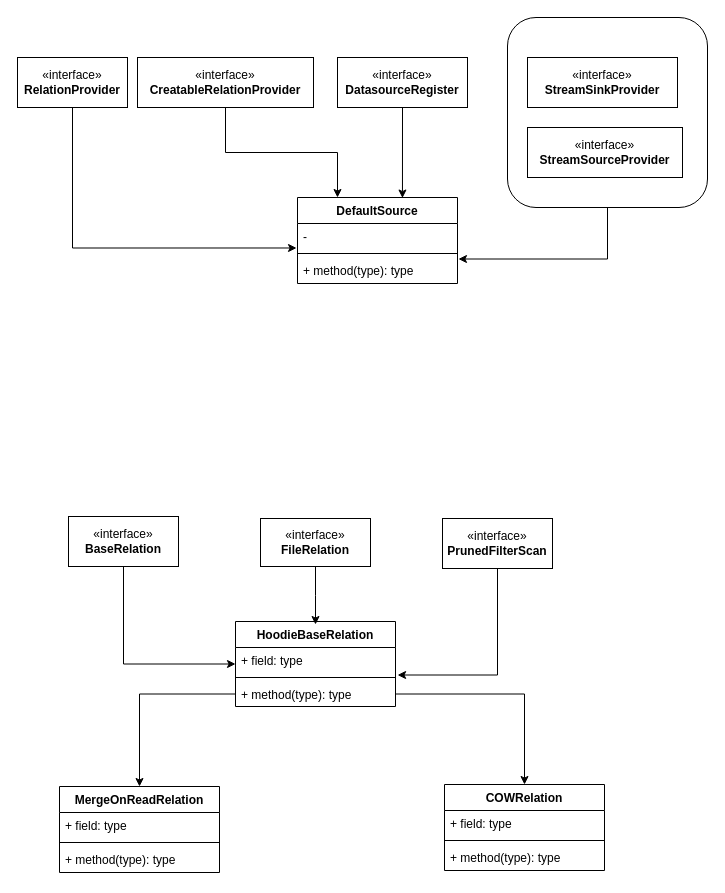
boneanxs/drawIo keeps this draw.io diagram as HUDI arch.drawio. Above is the earlier version. Source tidied: cells renumbered, new cells numbered last; positions are measured from the earlier drawing's top-left corner, leaving out a move shared by most shapes. Both pictures are drawn from the tidied source at 100%, with x=0, y=0 at pixel (17, 17).
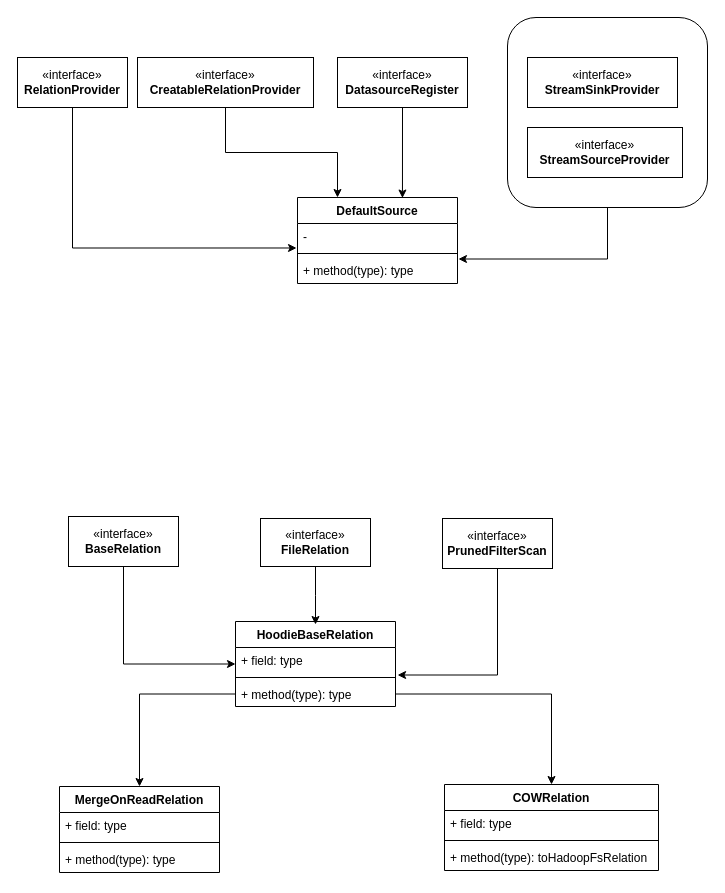
Above is the later version.

What changed in the source:
```diff
@@
     <mxCell id="30" value="COWRelation" style="swimlane;fontStyle=1;align=center;verticalAlign=top;horizontal=1;startSize=26;whiteSpace=wrap;html=1;" parent="1" vertex="1">
-      <mxGeometry x="427" y="767" width="160" height="86" as="geometry" />
+      <mxGeometry x="427" y="767" width="214" height="86" as="geometry" />
     </mxCell>
     <mxCell id="31" value="+ field: type" style="text;strokeColor=none;fillColor=none;align=left;verticalAlign=top;spacingLeft=4;spacingRight=4;overflow=hidden;whiteSpace=wrap;html=1;" parent="30" vertex="1">
-      <mxGeometry y="26" width="160" height="26" as="geometry" />
+      <mxGeometry y="26" width="214" height="26" as="geometry" />
     </mxCell>
     <mxCell id="32" style="line;strokeWidth=1;fillColor=none;align=left;verticalAlign=middle;spacingTop=-1;spacingLeft=3;spacingRight=3;labelPosition=right;strokeColor=inherit;" parent="30" vertex="1">
-      <mxGeometry y="52" width="160" height="8" as="geometry" />
+      <mxGeometry y="52" width="214" height="8" as="geometry" />
     </mxCell>
-    <mxCell id="33" value="+ method(type): type" style="text;strokeColor=none;fillColor=none;align=left;verticalAlign=top;spacingLeft=4;spacingRight=4;overflow=hidden;whiteSpace=wrap;html=1;" parent="30" vertex="1">
-      <mxGeometry y="60" width="160" height="26" as="geometry" />
+    <mxCell id="33" value="+ method(type): toHadoopFsRelation" style="text;strokeColor=none;fillColor=none;align=left;verticalAlign=top;spacingLeft=4;spacingRight=4;overflow=hidden;whiteSpace=wrap;html=1;" parent="30" vertex="1">
+      <mxGeometry y="60" width="214" height="26" as="geometry" />
     </mxCell>
```
